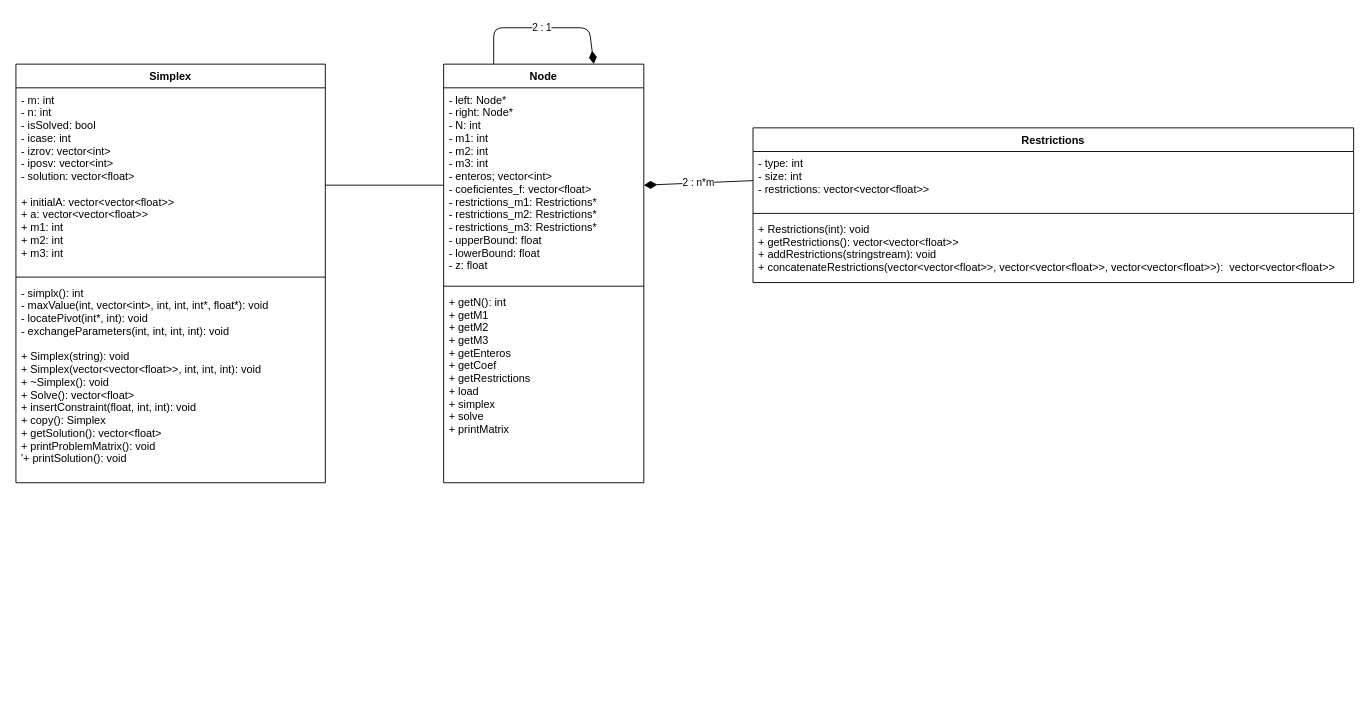
Ch3chS/Taller_de_progracion keeps this draw.io diagram as Tarea 3/Class_Diagram.drawio. Above is the earlier version. Source tidied: cells renumbered, new cells numbered last; positions are measured from the earlier drawing's top-left corner, leaving out a move shared by most shapes. Both pictures are drawn from the tidied source at 91%, with x=0, y=0 at pixel (15, 27).
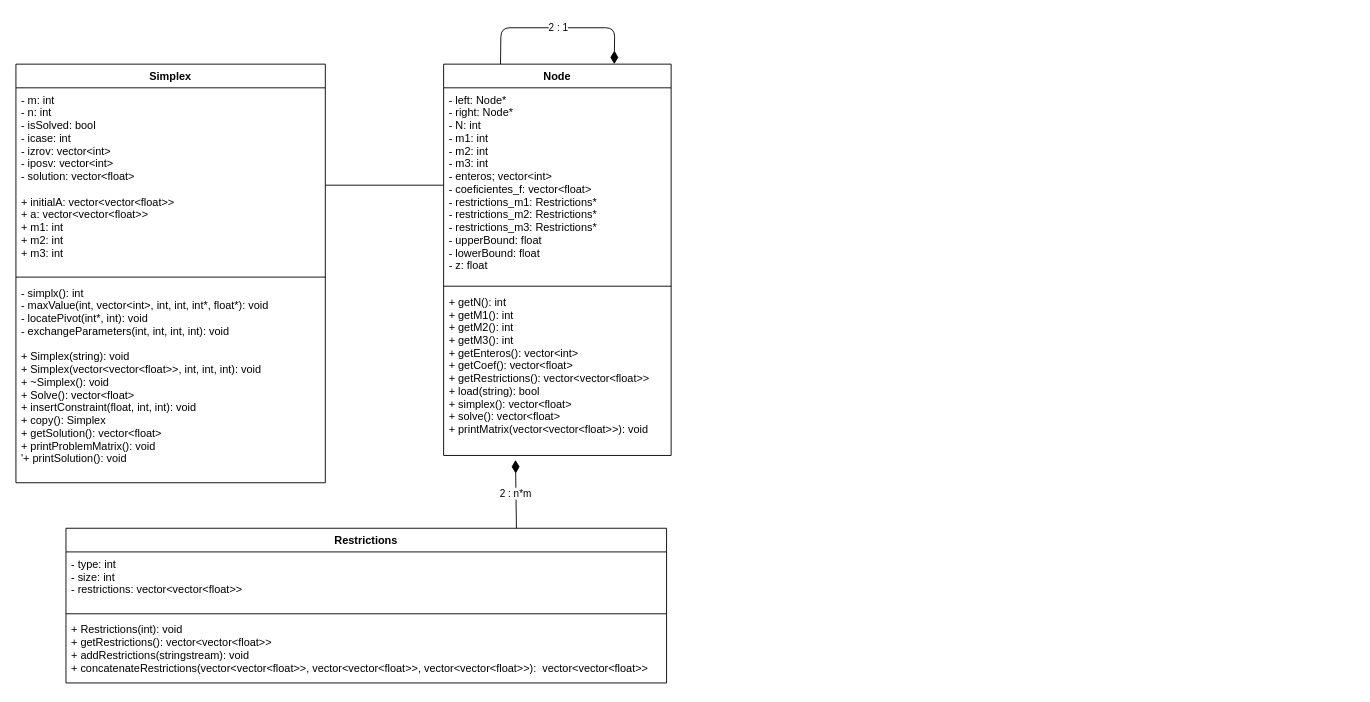
Above is the later version.

Diff of the diagram source:
```diff
@@
 <mxGraphModel>
   <root>
     <mxCell id="0" />
     <mxCell id="1" parent="0" />
     <mxCell id="2" value="Restrictions" style="swimlane;fontStyle=1;align=center;verticalAlign=top;horizontal=1;startSize=26;" parent="1" vertex="1">
-      <mxGeometry x="810" y="110" width="660" height="170" as="geometry" />
+      <mxGeometry x="55" y="550" width="660" height="170" as="geometry" />
     </mxCell>
     <mxCell id="3" value="- type: int&#10;- size: int&#10;- restrictions: vector&lt;vector&lt;float&gt;&gt; " style="text;strokeColor=none;fillColor=none;align=left;verticalAlign=top;spacingLeft=4;spacingRight=4;overflow=hidden;points=[[0,0.5],[1,0.5]];portConstraint=eastwest;" parent="2" vertex="1">
       <mxGeometry y="26" width="660" height="64" as="geometry" />
     </mxCell>
     <mxCell id="4" style="line;strokeWidth=1;fillColor=none;align=left;verticalAlign=middle;spacingTop=-1;spacingLeft=3;spacingRight=3;labelPosition=right;strokeColor=inherit;" parent="2" vertex="1">
       <mxGeometry y="90" width="660" height="8" as="geometry" />
     </mxCell>
     <mxCell id="5" value="+ Restrictions(int): void&#10;+ getRestrictions(): vector&lt;vector&lt;float&gt;&gt;&#10;+ addRestrictions(stringstream): void&#10;+ concatenateRestrictions(vector&lt;vector&lt;float&gt;&gt;, vector&lt;vector&lt;float&gt;&gt;, vector&lt;vector&lt;float&gt;&gt;):  vector&lt;vector&lt;float&gt;&gt;" style="text;strokeColor=none;fillColor=none;align=left;verticalAlign=top;spacingLeft=4;spacingRight=4;overflow=hidden;" parent="2" vertex="1">
       <mxGeometry y="98" width="660" height="72" as="geometry" />
     </mxCell>
     <mxCell id="6" style="edgeStyle=none;html=1;entryX=0;entryY=0.5;entryDx=0;entryDy=0;endArrow=none;endFill=0;" parent="1" edge="1" target="13">
       <mxGeometry relative="1" as="geometry">
         <mxPoint x="340" y="173" as="sourcePoint" />
       </mxGeometry>
     </mxCell>
     <mxCell id="7" value="Simplex" style="swimlane;fontStyle=1;align=center;verticalAlign=top;horizontal=1;startSize=26;" parent="1" vertex="1">
       <mxGeometry y="40" width="340" height="460" as="geometry" />
     </mxCell>
     <mxCell id="8" value="- m: int&#10;- n: int&#10;- isSolved: bool&#10;- icase: int&#10;- izrov: vector&lt;int&gt;&#10;- iposv: vector&lt;int&gt;&#10;- solution: vector&lt;float&gt;&#10;&#10;+ initialA: vector&lt;vector&lt;float&gt;&gt;&#10;+ a: vector&lt;vector&lt;float&gt;&gt;&#10;+ m1: int&#10;+ m2: int&#10;+ m3: int" style="text;strokeColor=none;fillColor=none;align=left;verticalAlign=top;spacingLeft=4;spacingRight=4;overflow=hidden;" parent="7" vertex="1">
       <mxGeometry y="26" width="340" height="204" as="geometry" />
     </mxCell>
     <mxCell id="9" style="line;strokeWidth=1;fillColor=none;align=left;verticalAlign=middle;spacingTop=-1;spacingLeft=3;spacingRight=3;labelPosition=right;strokeColor=inherit;" parent="7" vertex="1">
       <mxGeometry y="230" width="340" height="8" as="geometry" />
     </mxCell>
     <mxCell id="10" value="- simplx(): int&#10;- maxValue(int, vector&lt;int&gt;, int, int, int*, float*): void&#10;- locatePivot(int*, int): void&#10;- exchangeParameters(int, int, int, int): void&#10;&#10;+ Simplex(string): void&#10;+ Simplex(vector&lt;vector&lt;float&gt;&gt;, int, int, int): void&#10;+ ~Simplex(): void&#10;+ Solve(): vector&lt;float&gt;&#10;+ insertConstraint(float, int, int): void&#10;+ copy(): Simplex&#10;+ getSolution(): vector&lt;float&gt;&#10;+ printProblemMatrix(): void&#10;'+ printSolution(): void" style="text;strokeColor=none;fillColor=none;align=left;verticalAlign=top;spacingLeft=4;spacingRight=4;overflow=hidden;" parent="7" vertex="1">
       <mxGeometry y="238" width="340" height="222" as="geometry" />
     </mxCell>
     <mxCell id="11" value="2 : 1&lt;br&gt;" style="edgeStyle=none;html=1;exitX=0.25;exitY=0;exitDx=0;exitDy=0;endArrow=diamondThin;endFill=1;entryX=0.75;entryY=0;entryDx=0;entryDy=0;startArrow=none;startFill=0;endSize=12;" parent="1" edge="1" source="12" target="12">
       <mxGeometry relative="1" as="geometry">
         <Array as="points">
-          <mxPoint x="525" />
-          <mxPoint x="630" />
+          <mxPoint x="533" />
+          <mxPoint x="658" />
         </Array>
       </mxGeometry>
     </mxCell>
     <mxCell id="12" value="Node" style="swimlane;fontStyle=1;align=center;verticalAlign=top;horizontal=1;startSize=26;" parent="1" vertex="1">
-      <mxGeometry x="470" y="40" width="220" height="460" as="geometry" />
+      <mxGeometry x="470" y="40" width="250" height="430" as="geometry" />
     </mxCell>
     <mxCell id="13" value="- left: Node*&#10;- right: Node*&#10;- N: int&#10;- m1: int&#10;- m2: int&#10;- m3: int&#10;- enteros; vector&lt;int&gt;&#10;- coeficientes_f: vector&lt;float&gt;&#10;- restrictions_m1: Restrictions*&#10;- restrictions_m2: Restrictions*&#10;- restrictions_m3: Restrictions*&#10;- upperBound: float&#10;- lowerBound: float&#10;- z: float" style="text;strokeColor=none;fillColor=none;align=left;verticalAlign=top;spacingLeft=4;spacingRight=4;overflow=hidden;points=[[0,0.5],[1,0.5]];portConstraint=eastwest;" parent="12" vertex="1">
-      <mxGeometry y="26" width="220" height="214" as="geometry" />
+      <mxGeometry y="26" width="250" height="214" as="geometry" />
     </mxCell>
     <mxCell id="14" style="line;strokeWidth=1;fillColor=none;align=left;verticalAlign=middle;spacingTop=-1;spacingLeft=3;spacingRight=3;labelPosition=right;strokeColor=inherit;" parent="12" vertex="1">
-      <mxGeometry y="240" width="220" height="8" as="geometry" />
+      <mxGeometry y="240" width="250" height="8" as="geometry" />
     </mxCell>
-    <mxCell id="15" value="+ getN(): int&#10;+ getM1&#10;+ getM2&#10;+ getM3&#10;+ getEnteros&#10;+ getCoef&#10;+ getRestrictions&#10;+ load&#10;+ simplex&#10;+ solve&#10;+ printMatrix" style="text;strokeColor=none;fillColor=none;align=left;verticalAlign=top;spacingLeft=4;spacingRight=4;overflow=hidden;points=[[0,0.5],[1,0.5]];portConstraint=eastwest;" parent="12" vertex="1">
-      <mxGeometry y="248" width="220" height="212" as="geometry" />
+    <mxCell id="15" value="+ getN(): int&#10;+ getM1(): int&#10;+ getM2(): int&#10;+ getM3(): int&#10;+ getEnteros(): vector&lt;int&gt;&#10;+ getCoef(): vector&lt;float&gt;&#10;+ getRestrictions(): vector&lt;vector&lt;float&gt;&gt;&#10;+ load(string): bool&#10;+ simplex(): vector&lt;float&gt;&#10;+ solve(): vector&lt;float&gt;&#10;+ printMatrix(vector&lt;vector&lt;float&gt;&gt;): void" style="text;strokeColor=none;fillColor=none;align=left;verticalAlign=top;spacingLeft=4;spacingRight=4;overflow=hidden;points=[[0,0.5],[1,0.5]];portConstraint=eastwest;" parent="12" vertex="1">
+      <mxGeometry y="248" width="250" height="182" as="geometry" />
     </mxCell>
-    <mxCell id="16" value="2 : n*m&lt;br&gt;" style="edgeStyle=none;html=1;exitX=0;exitY=0.5;exitDx=0;exitDy=0;endArrow=diamondThin;endFill=1;entryX=1;entryY=0.5;entryDx=0;entryDy=0;startArrow=none;startFill=0;endSize=12;" parent="1" edge="1" source="3" target="13">
+    <mxCell id="16" value="2 : n*m&lt;br&gt;" style="edgeStyle=none;html=1;exitX=0.75;exitY=0;exitDx=0;exitDy=0;endArrow=diamondThin;endFill=1;entryX=0.316;entryY=1.027;entryDx=0;entryDy=0;startArrow=none;startFill=0;endSize=12;entryPerimeter=0;" parent="1" edge="1" source="2" target="15">
       <mxGeometry relative="1" as="geometry" />
     </mxCell>
   </root>
 </mxGraphModel>
```
